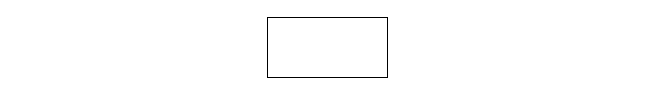
Before: BÀI TẬP THIẾT KẾ SƠ ĐỒ ER.drawio in nqminh11605/hine16.github.io, a draw.io diagram. Source tidied: cells renumbered, new cells numbered last; positions are measured from the earlier drawing's top-left corner, leaving out a move shared by most shapes. Both pictures are drawn from the tidied source at 100%, with x=0, y=0 at pixel (267, 17).
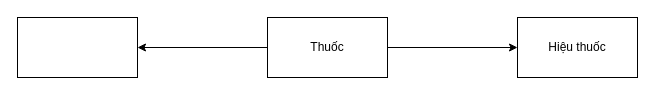
The same page after the edit.

Commit message:
Cập nhật BÀI TẬP THIẾT KẾ SƠ ĐỒ ER.drawio

Change to the diagram source:
```diff
@@
 <mxGraphModel>
   <root>
     <mxCell id="0" />
     <mxCell id="1" parent="0" />
+    <mxCell id="3" style="edgeStyle=orthogonalEdgeStyle;rounded=0;jettySize=auto;html=1;" parent="1" edge="1" source="2" target="5">
+      <mxGeometry relative="1" as="geometry" />
+    </mxCell>
+    <mxCell id="4" style="edgeStyle=orthogonalEdgeStyle;rounded=0;jettySize=auto;html=1;" parent="1" edge="1" source="2" target="6">
+      <mxGeometry relative="1" as="geometry" />
+    </mxCell>
-    <mxCell id="2" style="rounded=0;whiteSpace=wrap;html=1;" parent="1" vertex="1">
+    <mxCell id="2" value="Thuốc" style="rounded=0;whiteSpace=wrap;html=1;" parent="1" vertex="1">
       <mxGeometry width="120" height="60" as="geometry" />
     </mxCell>
+    <mxCell id="5" value="Hiệu thuốc" style="rounded=0;whiteSpace=wrap;html=1;" parent="1" vertex="1">
+      <mxGeometry x="250" width="120" height="60" as="geometry" />
+    </mxCell>
+    <mxCell id="6" style="rounded=0;whiteSpace=wrap;html=1;" parent="1" vertex="1">
+      <mxGeometry x="-250" width="120" height="60" as="geometry" />
+    </mxCell>
   </root>
 </mxGraphModel>
```
